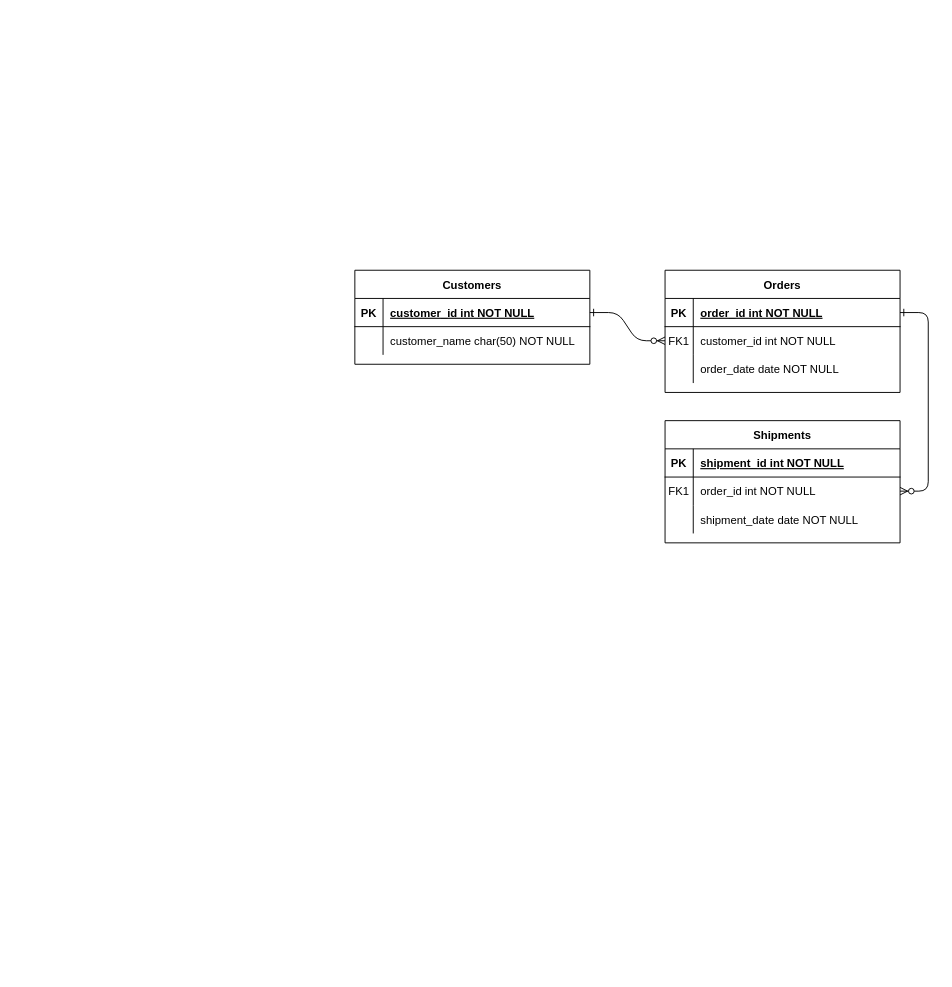
Above: MID TERM PROJECT.drawio in onipedeo/food_midterm_project (draw.io), before the change. Source tidied: cells renumbered, new cells numbered last; positions are measured from the earlier drawing's top-left corner, leaving out a move shared by most shapes. Both pictures are drawn from the tidied source at 94%, with x=0, y=0 at pixel (354, 270).
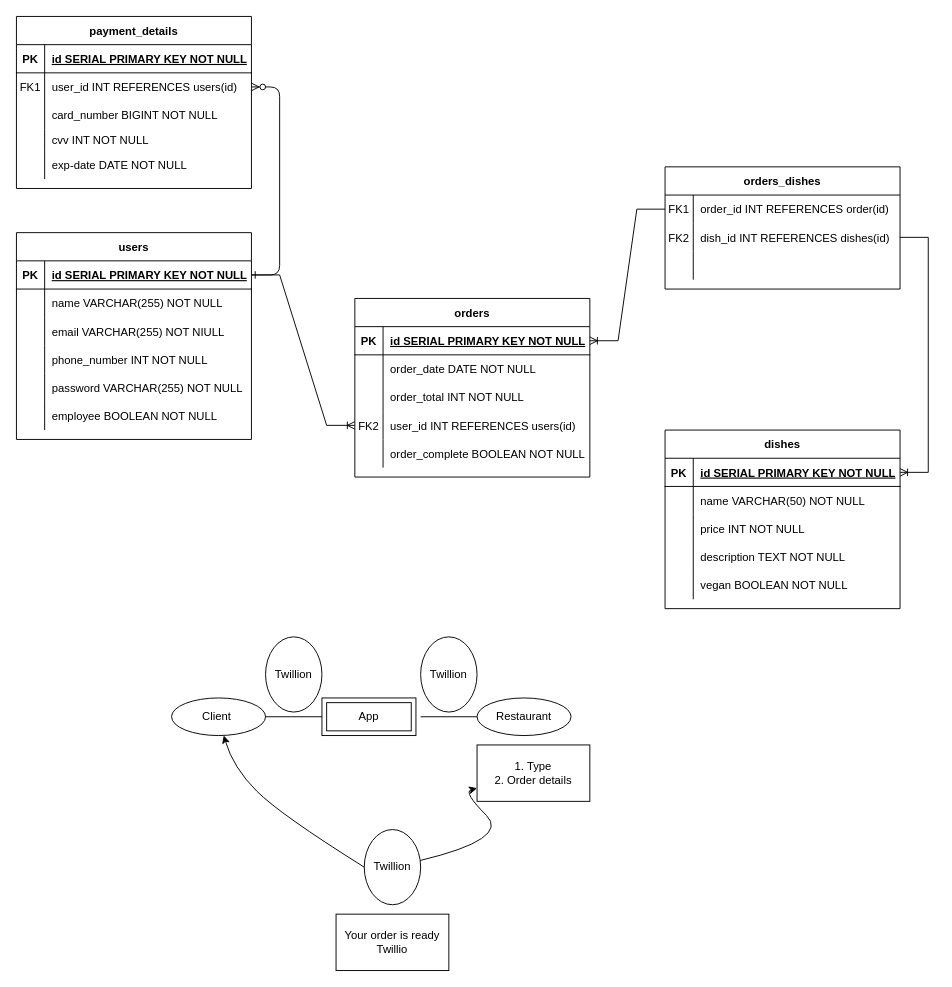
Above is the later version.

Unchanged cells that the change refers to:
```xml
<mxCell id="5" style="shape=partialRectangle;fillColor=none;points=[[0,0.5],[1,0.5]];portConstraint=eastwest;top=0;left=0;right=0;bottom=1;" parent="4" vertex="1">
  <mxGeometry y="30" width="250" height="30" as="geometry" />
</mxCell>
<mxCell id="15" style="shape=partialRectangle;fillColor=none;top=0;left=0;right=0;bottom=1;" parent="14" vertex="1">
  <mxGeometry y="30" width="250" height="30" as="geometry" />
</mxCell>
<mxCell id="18" style="shape=partialRectangle;fillColor=none;points=[[0,0.5],[1,0.5]];portConstraint=eastwest;top=0;left=0;right=0;bottom=0;" parent="14" vertex="1">
  <mxGeometry y="60" width="250" height="30" as="geometry" />
</mxCell>
<mxCell id="21" style="shape=partialRectangle;fillColor=none;top=0;left=0;right=0;bottom=0;" parent="14" vertex="1">
  <mxGeometry y="90" width="250" height="30" as="geometry" />
</mxCell>
<mxCell id="25" style="shape=partialRectangle;fillColor=none;points=[[0,0.5],[1,0.5]];portConstraint=eastwest;top=0;left=0;right=0;bottom=1;" parent="24" vertex="1">
  <mxGeometry y="30" width="250" height="30" as="geometry" />
</mxCell>
<mxCell id="28" style="shape=partialRectangle;fillColor=none;top=0;left=0;right=0;bottom=0;" parent="24" vertex="1">
  <mxGeometry y="60" width="250" height="30" as="geometry" />
</mxCell>
```

Diff of the diagram source:
```diff
@@
-    <mxCell id="2" style="edgeStyle=entityRelationEdgeStyle;endArrow=ERzeroToMany;startArrow=ERone;endFill=1;startFill=0;" parent="1" edge="1" source="25" target="8">
-      <mxGeometry relative="1" as="geometry" />
-    </mxCell>
-    <mxCell id="3" style="edgeStyle=entityRelationEdgeStyle;endArrow=ERzeroToMany;startArrow=ERone;endFill=1;startFill=0;" parent="1" edge="1" source="5" target="18">
+    <mxCell id="3" style="edgeStyle=entityRelationEdgeStyle;endArrow=ERzeroToMany;startArrow=ERone;endFill=1;startFill=0;" parent="1" edge="1" source="25" target="18">
       <mxGeometry relative="1" as="geometry" />
     </mxCell>
-    <mxCell id="4" value="Orders" style="shape=table;startSize=30;childLayout=tableLayout;rowLines=0;fontStyle=1;align=center;" parent="1" vertex="1">
-      <mxGeometry x="330" width="250" height="130" as="geometry" />
+    <mxCell id="4" value="orders" style="shape=table;startSize=30;childLayout=tableLayout;rowLines=0;fontStyle=1;align=center;" parent="1" vertex="1">
+      <mxGeometry y="30" width="250" height="190" as="geometry" />
     </mxCell>
@@
-    <mxCell id="7" value="order_id int NOT NULL " style="shape=partialRectangle;overflow=hidden;fillColor=none;top=0;left=0;bottom=0;right=0;align=left;spacingLeft=6;fontStyle=5;" parent="5" vertex="1">
+    <mxCell id="7" value="id SERIAL PRIMARY KEY NOT NULL" style="shape=partialRectangle;overflow=hidden;fillColor=none;top=0;left=0;bottom=0;right=0;align=left;spacingLeft=6;fontStyle=5;" parent="5" vertex="1">
       <mxGeometry x="30" width="220" height="30" as="geometry" />
     </mxCell>
-    <mxCell id="8" style="shape=partialRectangle;fillColor=none;points=[[0,0.5],[1,0.5]];portConstraint=eastwest;top=0;left=0;right=0;bottom=0;" parent="4" vertex="1">
-      <mxGeometry y="60" width="250" height="30" as="geometry" />
-    </mxCell>
-    <mxCell id="9" value="FK1" style="shape=partialRectangle;overflow=hidden;fillColor=none;top=0;left=0;bottom=0;right=0;" parent="8" vertex="1">
-      <mxGeometry width="30" height="30" as="geometry" />
-    </mxCell>
-    <mxCell id="10" value="customer_id int NOT NULL" style="shape=partialRectangle;overflow=hidden;fillColor=none;top=0;left=0;bottom=0;right=0;align=left;spacingLeft=6;" parent="8" vertex="1">
-      <mxGeometry x="30" width="220" height="30" as="geometry" />
-    </mxCell>
     <mxCell id="11" style="shape=partialRectangle;fillColor=none;top=0;left=0;right=0;bottom=0;" parent="4" vertex="1">
-      <mxGeometry y="90" width="250" height="30" as="geometry" />
+      <mxGeometry y="60" width="250" height="30" as="geometry" />
     </mxCell>
@@
-    <mxCell id="13" value="order_date date NOT NULL" style="shape=partialRectangle;overflow=hidden;fillColor=none;top=0;left=0;bottom=0;right=0;align=left;spacingLeft=6;" parent="11" vertex="1">
+    <mxCell id="13" value="order_date DATE NOT NULL" style="shape=partialRectangle;overflow=hidden;fillColor=none;top=0;left=0;bottom=0;right=0;align=left;spacingLeft=6;" parent="11" vertex="1">
       <mxGeometry x="30" width="220" height="30" as="geometry" />
     </mxCell>
+    <mxCell id="31" style="shape=partialRectangle;fillColor=none;top=0;left=0;right=0;bottom=0;" parent="4" vertex="1">
+      <mxGeometry y="90" width="250" height="30" as="geometry" />
+    </mxCell>
+    <mxCell id="32" style="shape=partialRectangle;overflow=hidden;fillColor=none;top=0;left=0;bottom=0;right=0;" parent="31" vertex="1">
+      <mxGeometry width="30" height="30" as="geometry" />
+    </mxCell>
+    <mxCell id="33" value="order_total INT NOT NULL" style="shape=partialRectangle;overflow=hidden;fillColor=none;top=0;left=0;bottom=0;right=0;align=left;spacingLeft=6;" parent="31" vertex="1">
+      <mxGeometry x="30" width="220" height="30" as="geometry" />
+    </mxCell>
+    <mxCell id="34" style="shape=partialRectangle;fillColor=none;points=[[0,0.5],[1,0.5]];portConstraint=eastwest;top=0;left=0;right=0;bottom=0;" parent="4" vertex="1">
+      <mxGeometry y="120" width="250" height="30" as="geometry" />
+    </mxCell>
+    <mxCell id="35" value="FK2" style="shape=partialRectangle;overflow=hidden;fillColor=none;top=0;left=0;bottom=0;right=0;" parent="34" vertex="1">
+      <mxGeometry width="30" height="30" as="geometry" />
+    </mxCell>
+    <mxCell id="36" value="user_id INT REFERENCES users(id)" style="shape=partialRectangle;overflow=hidden;fillColor=none;top=0;left=0;bottom=0;right=0;align=left;spacingLeft=6;" parent="34" vertex="1">
+      <mxGeometry x="30" width="220" height="30" as="geometry" />
+    </mxCell>
+    <mxCell id="37" style="shape=partialRectangle;fillColor=none;top=0;left=0;right=0;bottom=0;" parent="4" vertex="1">
+      <mxGeometry y="150" width="250" height="30" as="geometry" />
+    </mxCell>
+    <mxCell id="38" style="shape=partialRectangle;overflow=hidden;fillColor=none;top=0;left=0;bottom=0;right=0;" parent="37" vertex="1">
+      <mxGeometry width="30" height="30" as="geometry" />
+    </mxCell>
+    <mxCell id="39" value="order_complete BOOLEAN NOT NULL" style="shape=partialRectangle;overflow=hidden;fillColor=none;top=0;left=0;bottom=0;right=0;align=left;spacingLeft=6;" parent="37" vertex="1">
+      <mxGeometry x="30" width="220" height="30" as="geometry" />
+    </mxCell>
-    <mxCell id="14" value="Shipments" style="shape=table;startSize=30;childLayout=tableLayout;rowLines=0;fontStyle=1;align=center;" parent="1" vertex="1">
-      <mxGeometry x="330" y="160" width="250" height="130" as="geometry" />
+    <mxCell id="14" value="payment_details" style="shape=table;startSize=30;childLayout=tableLayout;rowLines=0;fontStyle=1;align=center;" parent="1" vertex="1">
+      <mxGeometry x="-360" y="-270" width="250" height="183" as="geometry" />
     </mxCell>
@@
-    <mxCell id="17" value="shipment_id int NOT NULL " style="shape=partialRectangle;overflow=hidden;fillColor=none;top=0;left=0;bottom=0;right=0;align=left;spacingLeft=6;fontStyle=5;" parent="15" vertex="1">
+    <mxCell id="17" value="id SERIAL PRIMARY KEY NOT NULL" style="shape=partialRectangle;overflow=hidden;fillColor=none;top=0;left=0;bottom=0;right=0;align=left;spacingLeft=6;fontStyle=5;" parent="15" vertex="1">
       <mxGeometry x="30" width="220" height="30" as="geometry" />
     </mxCell>
@@
-    <mxCell id="20" value="order_id int NOT NULL" style="shape=partialRectangle;overflow=hidden;fillColor=none;top=0;left=0;bottom=0;right=0;align=left;spacingLeft=6;" parent="18" vertex="1">
+    <mxCell id="20" value="user_id INT REFERENCES users(id)" style="shape=partialRectangle;overflow=hidden;fillColor=none;top=0;left=0;bottom=0;right=0;align=left;spacingLeft=6;" parent="18" vertex="1">
       <mxGeometry x="30" width="220" height="30" as="geometry" />
     </mxCell>
@@
-    <mxCell id="23" value="shipment_date date NOT NULL" style="shape=partialRectangle;overflow=hidden;fillColor=none;top=0;left=0;bottom=0;right=0;align=left;spacingLeft=6;" parent="21" vertex="1">
+    <mxCell id="23" value="card_number BIGINT NOT NULL" style="shape=partialRectangle;overflow=hidden;fillColor=none;top=0;left=0;bottom=0;right=0;align=left;spacingLeft=6;" parent="21" vertex="1">
       <mxGeometry x="30" width="220" height="30" as="geometry" />
     </mxCell>
+    <mxCell id="40" style="shape=partialRectangle;fillColor=none;top=0;left=0;right=0;bottom=0;" parent="14" vertex="1">
+      <mxGeometry y="120" width="250" height="23" as="geometry" />
+    </mxCell>
+    <mxCell id="41" style="shape=partialRectangle;overflow=hidden;fillColor=none;top=0;left=0;bottom=0;right=0;" parent="40" vertex="1">
+      <mxGeometry width="30" height="23" as="geometry" />
+    </mxCell>
+    <mxCell id="42" value="cvv INT NOT NULL" style="shape=partialRectangle;overflow=hidden;fillColor=none;top=0;left=0;bottom=0;right=0;align=left;spacingLeft=6;" parent="40" vertex="1">
+      <mxGeometry x="30" width="220" height="23" as="geometry" />
+    </mxCell>
+    <mxCell id="43" style="shape=partialRectangle;fillColor=none;top=0;left=0;right=0;bottom=0;" parent="14" vertex="1">
+      <mxGeometry y="143" width="250" height="30" as="geometry" />
+    </mxCell>
+    <mxCell id="44" style="shape=partialRectangle;overflow=hidden;fillColor=none;top=0;left=0;bottom=0;right=0;" parent="43" vertex="1">
+      <mxGeometry width="30" height="30" as="geometry" />
+    </mxCell>
+    <mxCell id="45" value="exp-date DATE NOT NULL" style="shape=partialRectangle;overflow=hidden;fillColor=none;top=0;left=0;bottom=0;right=0;align=left;spacingLeft=6;" parent="43" vertex="1">
+      <mxGeometry x="30" width="220" height="30" as="geometry" />
+    </mxCell>
-    <mxCell id="24" value="Customers" style="shape=table;startSize=30;childLayout=tableLayout;rowLines=0;fontStyle=1;align=center;" parent="1" vertex="1">
-      <mxGeometry width="250" height="100" as="geometry" />
+    <mxCell id="24" value="users" style="shape=table;startSize=30;childLayout=tableLayout;rowLines=0;fontStyle=1;align=center;" parent="1" vertex="1">
+      <mxGeometry x="-360" y="-40" width="250" height="220" as="geometry" />
     </mxCell>
@@
-    <mxCell id="27" value="customer_id int NOT NULL " style="shape=partialRectangle;overflow=hidden;fillColor=none;top=0;left=0;bottom=0;right=0;align=left;spacingLeft=6;fontStyle=5;" parent="25" vertex="1">
+    <mxCell id="27" value="id SERIAL PRIMARY KEY NOT NULL" style="shape=partialRectangle;overflow=hidden;fillColor=none;top=0;left=0;bottom=0;right=0;align=left;spacingLeft=6;fontStyle=5;" parent="25" vertex="1">
       <mxGeometry x="30" width="220" height="30" as="geometry" />
     </mxCell>
@@
-    <mxCell id="30" value="customer_name char(50) NOT NULL" style="shape=partialRectangle;overflow=hidden;fillColor=none;top=0;left=0;bottom=0;right=0;align=left;spacingLeft=6;" parent="28" vertex="1">
+    <mxCell id="30" value="name VARCHAR(255) NOT NULL" style="shape=partialRectangle;overflow=hidden;fillColor=none;top=0;left=0;bottom=0;right=0;align=left;spacingLeft=6;" parent="28" vertex="1">
       <mxGeometry x="30" width="220" height="30" as="geometry" />
     </mxCell>
+    <mxCell id="46" style="shape=partialRectangle;fillColor=none;top=0;left=0;right=0;bottom=0;" parent="24" vertex="1">
+      <mxGeometry y="90" width="250" height="30" as="geometry" />
+    </mxCell>
+    <mxCell id="47" style="shape=partialRectangle;overflow=hidden;fillColor=none;top=0;left=0;bottom=0;right=0;" parent="46" vertex="1">
+      <mxGeometry width="30" height="30" as="geometry" />
+    </mxCell>
+    <mxCell id="48" value="email VARCHAR(255) NOT NIULL" style="shape=partialRectangle;overflow=hidden;fillColor=none;top=0;left=0;bottom=0;right=0;align=left;spacingLeft=6;" parent="46" vertex="1">
+      <mxGeometry x="30" width="220" height="30" as="geometry" />
+    </mxCell>
+    <mxCell id="49" style="shape=partialRectangle;fillColor=none;top=0;left=0;right=0;bottom=0;" parent="24" vertex="1">
+      <mxGeometry y="120" width="250" height="30" as="geometry" />
+    </mxCell>
+    <mxCell id="50" style="shape=partialRectangle;overflow=hidden;fillColor=none;top=0;left=0;bottom=0;right=0;" parent="49" vertex="1">
+      <mxGeometry width="30" height="30" as="geometry" />
+    </mxCell>
+    <mxCell id="51" value="phone_number INT NOT NULL" style="shape=partialRectangle;overflow=hidden;fillColor=none;top=0;left=0;bottom=0;right=0;align=left;spacingLeft=6;" parent="49" vertex="1">
+      <mxGeometry x="30" width="220" height="30" as="geometry" />
+    </mxCell>
+    <mxCell id="52" style="shape=partialRectangle;fillColor=none;top=0;left=0;right=0;bottom=0;" parent="24" vertex="1">
+      <mxGeometry y="150" width="250" height="30" as="geometry" />
+    </mxCell>
+    <mxCell id="53" style="shape=partialRectangle;overflow=hidden;fillColor=none;top=0;left=0;bottom=0;right=0;" parent="52" vertex="1">
+      <mxGeometry width="30" height="30" as="geometry" />
+    </mxCell>
+    <mxCell id="54" value="password VARCHAR(255) NOT NULL" style="shape=partialRectangle;overflow=hidden;fillColor=none;top=0;left=0;bottom=0;right=0;align=left;spacingLeft=6;" parent="52" vertex="1">
+      <mxGeometry x="30" width="220" height="30" as="geometry" />
+    </mxCell>
+    <mxCell id="55" style="shape=partialRectangle;fillColor=none;top=0;left=0;right=0;bottom=0;" parent="24" vertex="1">
+      <mxGeometry y="180" width="250" height="30" as="geometry" />
+    </mxCell>
+    <mxCell id="56" style="shape=partialRectangle;overflow=hidden;fillColor=none;top=0;left=0;bottom=0;right=0;" parent="55" vertex="1">
+      <mxGeometry width="30" height="30" as="geometry" />
+    </mxCell>
+    <mxCell id="57" value="employee BOOLEAN NOT NULL" style="shape=partialRectangle;overflow=hidden;fillColor=none;top=0;left=0;bottom=0;right=0;align=left;spacingLeft=6;" parent="55" vertex="1">
+      <mxGeometry x="30" width="220" height="30" as="geometry" />
+    </mxCell>
+    <mxCell id="58" value="orders_dishes" style="shape=table;startSize=30;childLayout=tableLayout;rowLines=0;fontStyle=1;align=center;" parent="1" vertex="1">
+      <mxGeometry x="330" y="-110" width="250" height="130" as="geometry" />
+    </mxCell>
+    <mxCell id="59" style="shape=partialRectangle;fillColor=none;points=[[0,0.5],[1,0.5]];portConstraint=eastwest;top=0;left=0;right=0;bottom=0;" parent="58" vertex="1">
+      <mxGeometry y="30" width="250" height="30" as="geometry" />
+    </mxCell>
+    <mxCell id="9" value="FK1" style="shape=partialRectangle;overflow=hidden;fillColor=none;top=0;left=0;bottom=0;right=0;" parent="59" vertex="1">
+      <mxGeometry width="30" height="30" as="geometry" />
+    </mxCell>
+    <mxCell id="60" value="order_id INT REFERENCES order(id)" style="shape=partialRectangle;overflow=hidden;fillColor=none;top=0;left=0;bottom=0;right=0;align=left;spacingLeft=6;" parent="59" vertex="1">
+      <mxGeometry x="30" width="220" height="30" as="geometry" />
+    </mxCell>
+    <mxCell id="61" style="shape=partialRectangle;fillColor=none;points=[[0,0.5],[1,0.5]];portConstraint=eastwest;top=0;left=0;right=0;bottom=0;" parent="58" vertex="1">
+      <mxGeometry y="60" width="250" height="30" as="geometry" />
+    </mxCell>
+    <mxCell id="62" value="FK2" style="shape=partialRectangle;overflow=hidden;fillColor=none;top=0;left=0;bottom=0;right=0;" parent="61" vertex="1">
+      <mxGeometry width="30" height="30" as="geometry" />
+    </mxCell>
+    <mxCell id="63" value="dish_id INT REFERENCES dishes(id)" style="shape=partialRectangle;overflow=hidden;fillColor=none;top=0;left=0;bottom=0;right=0;align=left;spacingLeft=6;" parent="61" vertex="1">
+      <mxGeometry x="30" width="220" height="30" as="geometry" />
+    </mxCell>
+    <mxCell id="64" style="shape=partialRectangle;fillColor=none;top=0;left=0;right=0;bottom=0;" parent="58" vertex="1">
+      <mxGeometry y="90" width="250" height="30" as="geometry" />
+    </mxCell>
+    <mxCell id="65" style="shape=partialRectangle;overflow=hidden;fillColor=none;top=0;left=0;bottom=0;right=0;" parent="64" vertex="1">
+      <mxGeometry width="30" height="30" as="geometry" />
+    </mxCell>
+    <mxCell id="66" style="shape=partialRectangle;overflow=hidden;fillColor=none;top=0;left=0;bottom=0;right=0;align=left;spacingLeft=6;" parent="64" vertex="1">
+      <mxGeometry x="30" width="220" height="30" as="geometry" />
+    </mxCell>
+    <mxCell id="67" value="dishes" style="shape=table;startSize=30;childLayout=tableLayout;rowLines=0;fontStyle=1;align=center;" parent="1" vertex="1">
+      <mxGeometry x="330" y="170" width="250" height="190" as="geometry" />
+    </mxCell>
+    <mxCell id="68" style="shape=partialRectangle;fillColor=none;points=[[0,0.5],[1,0.5]];portConstraint=eastwest;top=0;left=0;right=0;bottom=1;" parent="67" vertex="1">
+      <mxGeometry y="30" width="250" height="30" as="geometry" />
+    </mxCell>
+    <mxCell id="69" value="PK" style="shape=partialRectangle;overflow=hidden;fillColor=none;top=0;left=0;bottom=0;right=0;fontStyle=1;" parent="68" vertex="1">
+      <mxGeometry width="30" height="30" as="geometry" />
+    </mxCell>
+    <mxCell id="70" value="id SERIAL PRIMARY KEY NOT NULL" style="shape=partialRectangle;overflow=hidden;fillColor=none;top=0;left=0;bottom=0;right=0;align=left;spacingLeft=6;fontStyle=5;" parent="68" vertex="1">
+      <mxGeometry x="30" width="220" height="30" as="geometry" />
+    </mxCell>
+    <mxCell id="71" style="shape=partialRectangle;fillColor=none;top=0;left=0;right=0;bottom=0;" parent="67" vertex="1">
+      <mxGeometry y="60" width="250" height="30" as="geometry" />
+    </mxCell>
+    <mxCell id="72" style="shape=partialRectangle;overflow=hidden;fillColor=none;top=0;left=0;bottom=0;right=0;" parent="71" vertex="1">
+      <mxGeometry width="30" height="30" as="geometry" />
+    </mxCell>
+    <mxCell id="73" value="name VARCHAR(50) NOT NULL" style="shape=partialRectangle;overflow=hidden;fillColor=none;top=0;left=0;bottom=0;right=0;align=left;spacingLeft=6;" parent="71" vertex="1">
+      <mxGeometry x="30" width="220" height="30" as="geometry" />
+    </mxCell>
+    <mxCell id="74" style="shape=partialRectangle;fillColor=none;top=0;left=0;right=0;bottom=0;" parent="67" vertex="1">
+      <mxGeometry y="90" width="250" height="30" as="geometry" />
+    </mxCell>
+    <mxCell id="75" style="shape=partialRectangle;overflow=hidden;fillColor=none;top=0;left=0;bottom=0;right=0;" parent="74" vertex="1">
+      <mxGeometry width="30" height="30" as="geometry" />
+    </mxCell>
+    <mxCell id="76" value="price INT NOT NULL" style="shape=partialRectangle;overflow=hidden;fillColor=none;top=0;left=0;bottom=0;right=0;align=left;spacingLeft=6;" parent="74" vertex="1">
+      <mxGeometry x="30" width="220" height="30" as="geometry" />
+    </mxCell>
+    <mxCell id="77" style="shape=partialRectangle;fillColor=none;top=0;left=0;right=0;bottom=0;" parent="67" vertex="1">
+      <mxGeometry y="120" width="250" height="30" as="geometry" />
+    </mxCell>
+    <mxCell id="78" style="shape=partialRectangle;overflow=hidden;fillColor=none;top=0;left=0;bottom=0;right=0;" parent="77" vertex="1">
+      <mxGeometry width="30" height="30" as="geometry" />
+    </mxCell>
+    <mxCell id="79" value="description TEXT NOT NULL" style="shape=partialRectangle;overflow=hidden;fillColor=none;top=0;left=0;bottom=0;right=0;align=left;spacingLeft=6;" parent="77" vertex="1">
+      <mxGeometry x="30" width="220" height="30" as="geometry" />
+    </mxCell>
+    <mxCell id="80" style="shape=partialRectangle;fillColor=none;top=0;left=0;right=0;bottom=0;" parent="67" vertex="1">
+      <mxGeometry y="150" width="250" height="30" as="geometry" />
+    </mxCell>
+    <mxCell id="81" style="shape=partialRectangle;overflow=hidden;fillColor=none;top=0;left=0;bottom=0;right=0;" parent="80" vertex="1">
+      <mxGeometry width="30" height="30" as="geometry" />
+    </mxCell>
+    <mxCell id="82" value="vegan BOOLEAN NOT NULL" style="shape=partialRectangle;overflow=hidden;fillColor=none;top=0;left=0;bottom=0;right=0;align=left;spacingLeft=6;" parent="80" vertex="1">
+      <mxGeometry x="30" width="220" height="30" as="geometry" />
+    </mxCell>
+    <mxCell id="83" style="edgeStyle=entityRelationEdgeStyle;fontSize=12;html=1;endArrow=ERoneToMany;rounded=0;" parent="1" edge="1" source="59" target="5">
+      <mxGeometry relative="1" as="geometry" />
+    </mxCell>
+    <mxCell id="84" style="edgeStyle=entityRelationEdgeStyle;fontSize=12;html=1;endArrow=ERoneToMany;rounded=0;" parent="1" edge="1" source="61" target="68">
+      <mxGeometry relative="1" as="geometry">
+        <Array as="points">
+          <mxPoint x="310" y="330" />
+        </Array>
+      </mxGeometry>
+    </mxCell>
+    <mxCell id="85" style="edgeStyle=entityRelationEdgeStyle;fontSize=12;html=1;endArrow=ERoneToMany;rounded=0;" parent="1" edge="1" source="25" target="34">
+      <mxGeometry relative="1" as="geometry" />
+    </mxCell>
+    <mxCell id="86" value="Client&amp;nbsp;" style="ellipse;whiteSpace=wrap;html=1;align=center;" parent="1" vertex="1">
+      <mxGeometry x="-195" y="455" width="100" height="40" as="geometry" />
+    </mxCell>
+    <mxCell id="87" value="App" style="shape=ext;margin=3;double=1;whiteSpace=wrap;html=1;align=center;" parent="1" vertex="1">
+      <mxGeometry x="-35" y="455" width="100" height="40" as="geometry" />
+    </mxCell>
+    <mxCell id="88" value="Restaurant" style="ellipse;whiteSpace=wrap;html=1;align=center;" parent="1" vertex="1">
+      <mxGeometry x="130" y="455" width="100" height="40" as="geometry" />
+    </mxCell>
+    <mxCell id="89" style="line;strokeWidth=1;dashed=0;labelPosition=right;align=left;verticalAlign=middle;spacingTop=0;spacingLeft=6;" parent="1" vertex="1">
+      <mxGeometry x="-95" y="470" width="60" height="10" as="geometry" />
+    </mxCell>
+    <mxCell id="90" style="line;strokeWidth=1;dashed=0;labelPosition=right;align=left;verticalAlign=middle;spacingTop=0;spacingLeft=6;" parent="1" vertex="1">
+      <mxGeometry x="70" y="470" width="60" height="10" as="geometry" />
+    </mxCell>
+    <mxCell id="91" value="Twillion" style="ellipse;whiteSpace=wrap;html=1;" parent="1" vertex="1">
+      <mxGeometry x="-95" y="390" width="60" height="80" as="geometry" />
+    </mxCell>
+    <mxCell id="92" value="Twillion" style="ellipse;whiteSpace=wrap;html=1;" parent="1" vertex="1">
+      <mxGeometry x="70" y="390" width="60" height="80" as="geometry" />
+    </mxCell>
+    <mxCell id="93" value="1. Type&lt;br&gt;2. Order details&lt;br&gt;" style="rounded=0;whiteSpace=wrap;html=1;" parent="1" vertex="1">
+      <mxGeometry x="130" y="505" width="120" height="60" as="geometry" />
+    </mxCell>
+    <mxCell id="94" value="Twillion" style="ellipse;whiteSpace=wrap;html=1;" parent="1" vertex="1">
+      <mxGeometry x="10" y="595" width="60" height="80" as="geometry" />
+    </mxCell>
+    <mxCell id="95" style="curved=1;endArrow=classic;html=1;rounded=0;" parent="1" edge="1" source="94" target="93">
+      <mxGeometry relative="1" as="geometry">
+        <Array as="points">
+          <mxPoint x="165" y="605" />
+          <mxPoint x="115" y="555" />
+        </Array>
+      </mxGeometry>
+    </mxCell>
+    <mxCell id="96" style="curved=1;endArrow=classic;html=1;rounded=0;exitX=0;exitY=0.5;exitDx=0;exitDy=0;" parent="1" edge="1" source="94" target="86">
+      <mxGeometry relative="1" as="geometry">
+        <Array as="points">
+          <mxPoint x="-79.5" y="579" />
+          <mxPoint x="-129.5" y="529" />
+        </Array>
+      </mxGeometry>
+    </mxCell>
+    <mxCell id="97" value="Your order is ready&lt;br&gt;Twillio" style="rounded=0;whiteSpace=wrap;html=1;" parent="1" vertex="1">
+      <mxGeometry x="-20" y="685" width="120" height="60" as="geometry" />
+    </mxCell>
```
